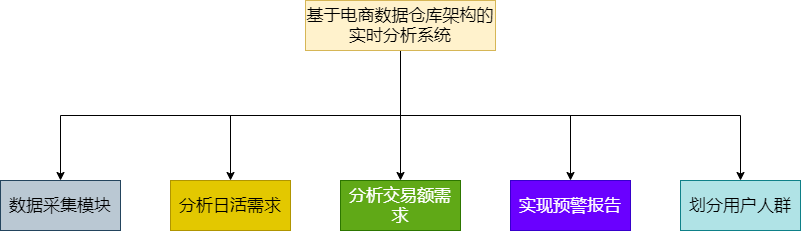
Above: 功能模块.png in dyzcs/mall-2020 (draw.io), before the change. Source tidied: cells renumbered, new cells last; positions are measured from the earlier drawing's top-left corner, leaving out a move shared by most shapes.
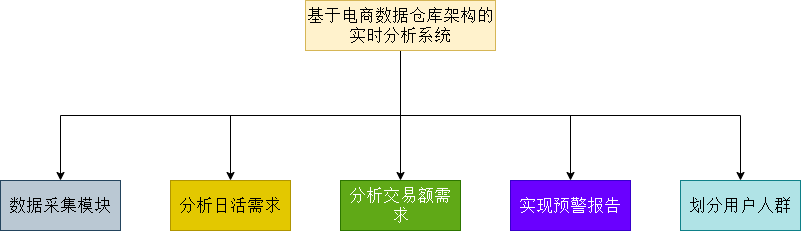
Above is the later version.

Commit message:
更新功能模块.png

Change to the diagram source:
```diff
@@ -2,13 +2,13 @@
   <root>
     <mxCell id="0" />
     <mxCell id="1" parent="0" />
-    <mxCell id="2" style="edgeStyle=orthogonalEdgeStyle;rounded=0;jettySize=auto;html=1;exitX=0.5;exitY=1;exitDx=0;exitDy=0;fontSize=17;" parent="1" edge="1" source="7" target="8">
+    <mxCell id="2" style="edgeStyle=orthogonalEdgeStyle;rounded=0;jettySize=auto;html=1;exitX=0.5;exitY=1;exitDx=0;exitDy=0;fontSize=17;fontFamily=宋体;fontSource=https%3A%2F%2Ffonts.googleapis.com%2Fcss%3Ffamily%3D%25E5%25AE%258B%25E4%25BD%2593;" parent="1" edge="1" source="7" target="8">
       <mxGeometry relative="1" as="geometry" />
     </mxCell>
-    <mxCell id="3" style="edgeStyle=orthogonalEdgeStyle;rounded=0;jettySize=auto;html=1;fontSize=17;" parent="1" edge="1" source="7" target="10">
+    <mxCell id="3" style="edgeStyle=orthogonalEdgeStyle;rounded=0;jettySize=auto;html=1;fontSize=17;fontFamily=宋体;fontSource=https%3A%2F%2Ffonts.googleapis.com%2Fcss%3Ffamily%3D%25E5%25AE%258B%25E4%25BD%2593;" parent="1" edge="1" source="7" target="10">
       <mxGeometry relative="1" as="geometry" />
     </mxCell>
-    <mxCell id="4" style="edgeStyle=orthogonalEdgeStyle;rounded=0;jettySize=auto;html=1;entryX=0.5;entryY=0;entryDx=0;entryDy=0;exitX=0.5;exitY=1;exitDx=0;exitDy=0;fontSize=17;" parent="1" edge="1" source="7" target="11">
+    <mxCell id="4" style="edgeStyle=orthogonalEdgeStyle;rounded=0;jettySize=auto;html=1;entryX=0.5;entryY=0;entryDx=0;entryDy=0;exitX=0.5;exitY=1;exitDx=0;exitDy=0;fontSize=17;fontFamily=宋体;fontSource=https%3A%2F%2Ffonts.googleapis.com%2Fcss%3Ffamily%3D%25E5%25AE%258B%25E4%25BD%2593;" parent="1" edge="1" source="7" target="11">
       <mxGeometry relative="1" as="geometry">
         <Array as="points">
           <mxPoint x="400" y="115" />
@@ -16,28 +16,28 @@
         </Array>
       </mxGeometry>
     </mxCell>
-    <mxCell id="5" style="edgeStyle=orthogonalEdgeStyle;rounded=0;jettySize=auto;html=1;exitX=0.5;exitY=1;exitDx=0;exitDy=0;entryX=0.5;entryY=0;entryDx=0;entryDy=0;fontSize=17;" parent="1" edge="1" source="7" target="12">
+    <mxCell id="5" style="edgeStyle=orthogonalEdgeStyle;rounded=0;jettySize=auto;html=1;exitX=0.5;exitY=1;exitDx=0;exitDy=0;entryX=0.5;entryY=0;entryDx=0;entryDy=0;fontSize=17;fontFamily=宋体;fontSource=https%3A%2F%2Ffonts.googleapis.com%2Fcss%3Ffamily%3D%25E5%25AE%258B%25E4%25BD%2593;" parent="1" edge="1" source="7" target="12">
       <mxGeometry relative="1" as="geometry" />
     </mxCell>
-    <mxCell id="6" style="edgeStyle=orthogonalEdgeStyle;rounded=0;jettySize=auto;html=1;exitX=0.5;exitY=1;exitDx=0;exitDy=0;fontSize=17;" parent="1" edge="1" source="7" target="9">
+    <mxCell id="6" style="edgeStyle=orthogonalEdgeStyle;rounded=0;jettySize=auto;html=1;exitX=0.5;exitY=1;exitDx=0;exitDy=0;fontSize=17;fontFamily=宋体;fontSource=https%3A%2F%2Ffonts.googleapis.com%2Fcss%3Ffamily%3D%25E5%25AE%258B%25E4%25BD%2593;" parent="1" edge="1" source="7" target="9">
       <mxGeometry relative="1" as="geometry" />
     </mxCell>
-    <mxCell id="7" value="基于电商数据仓库架构的实时分析系统" style="rounded=0;whiteSpace=wrap;html=1;fontSize=17;labelBackgroundColor=none;fillColor=#fff2cc;strokeColor=#d6b656;" parent="1" vertex="1">
+    <mxCell id="7" value="基于电商数据仓库架构的实时分析系统" style="rounded=0;whiteSpace=wrap;html=1;fontSize=17;labelBackgroundColor=none;fillColor=#fff2cc;strokeColor=#d6b656;fontFamily=宋体;fontSource=https%3A%2F%2Ffonts.googleapis.com%2Fcss%3Ffamily%3D%25E5%25AE%258B%25E4%25BD%2593;" parent="1" vertex="1">
       <mxGeometry x="305" width="190" height="50" as="geometry" />
     </mxCell>
-    <mxCell id="8" value="数据采集模块" style="rounded=0;whiteSpace=wrap;html=1;fontSize=17;fillColor=#bac8d3;strokeColor=#23445d;" parent="1" vertex="1">
+    <mxCell id="8" value="数据采集模块" style="rounded=0;whiteSpace=wrap;html=1;fontSize=17;fillColor=#bac8d3;strokeColor=#23445d;fontFamily=宋体;fontSource=https%3A%2F%2Ffonts.googleapis.com%2Fcss%3Ffamily%3D%25E5%25AE%258B%25E4%25BD%2593;" parent="1" vertex="1">
       <mxGeometry y="180" width="120" height="50" as="geometry" />
     </mxCell>
-    <mxCell id="9" value="分析日活需求" style="rounded=0;whiteSpace=wrap;html=1;fontSize=17;fillColor=#e3c800;strokeColor=#B09500;fontColor=#000000;" parent="1" vertex="1">
+    <mxCell id="9" value="分析日活需求" style="rounded=0;whiteSpace=wrap;html=1;fontSize=17;fillColor=#e3c800;strokeColor=#B09500;fontColor=#000000;fontFamily=宋体;fontSource=https%3A%2F%2Ffonts.googleapis.com%2Fcss%3Ffamily%3D%25E5%25AE%258B%25E4%25BD%2593;" parent="1" vertex="1">
       <mxGeometry x="170" y="180" width="120" height="50" as="geometry" />
     </mxCell>
-    <mxCell id="10" value="分析交易额需求" style="rounded=0;whiteSpace=wrap;html=1;fontSize=17;fillColor=#60a917;strokeColor=#2D7600;fontColor=#ffffff;" parent="1" vertex="1">
+    <mxCell id="10" value="分析交易额需求" style="rounded=0;whiteSpace=wrap;html=1;fontSize=17;fillColor=#60a917;strokeColor=#2D7600;fontColor=#ffffff;fontFamily=宋体;fontSource=https%3A%2F%2Ffonts.googleapis.com%2Fcss%3Ffamily%3D%25E5%25AE%258B%25E4%25BD%2593;" parent="1" vertex="1">
       <mxGeometry x="340" y="180" width="120" height="50" as="geometry" />
     </mxCell>
-    <mxCell id="11" value="实现预警报告" style="rounded=0;whiteSpace=wrap;html=1;fontSize=17;fillColor=#6a00ff;strokeColor=#3700CC;fontColor=#ffffff;" parent="1" vertex="1">
+    <mxCell id="11" value="实现预警报告" style="rounded=0;whiteSpace=wrap;html=1;fontSize=17;fillColor=#6a00ff;strokeColor=#3700CC;fontColor=#ffffff;fontFamily=宋体;fontSource=https%3A%2F%2Ffonts.googleapis.com%2Fcss%3Ffamily%3D%25E5%25AE%258B%25E4%25BD%2593;" parent="1" vertex="1">
       <mxGeometry x="510" y="180" width="120" height="50" as="geometry" />
     </mxCell>
-    <mxCell id="12" value="划分用户人群" style="rounded=0;whiteSpace=wrap;html=1;fontSize=17;fillColor=#b0e3e6;strokeColor=#0e8088;" parent="1" vertex="1">
+    <mxCell id="12" value="划分用户人群" style="rounded=0;whiteSpace=wrap;html=1;fontSize=17;fillColor=#b0e3e6;strokeColor=#0e8088;fontFamily=宋体;fontSource=https%3A%2F%2Ffonts.googleapis.com%2Fcss%3Ffamily%3D%25E5%25AE%258B%25E4%25BD%2593;" parent="1" vertex="1">
       <mxGeometry x="680" y="180" width="120" height="50" as="geometry" />
     </mxCell>
   </root>
```
